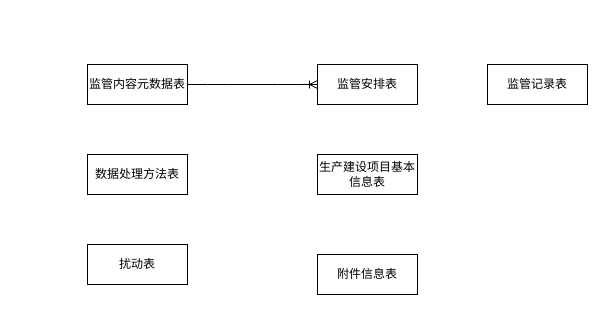
Above: file/stbcer.drawio in DORcode/admin-demo (draw.io), before the change. Source tidied: cells renumbered, new cells numbered last; positions are measured from the earlier drawing's top-left corner, leaving out a move shared by most shapes. Both pictures are drawn from the tidied source at 100%, with x=0, y=0 at pixel (87, 64).
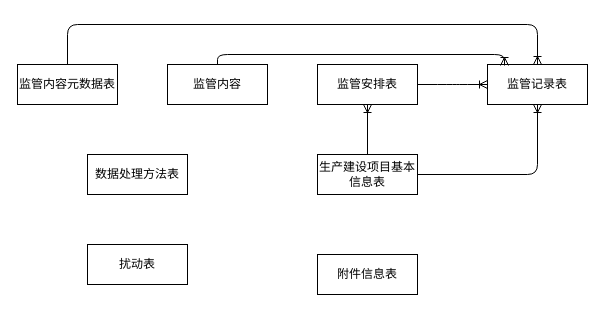
The same diagram, later.

Change to the diagram source:
```diff
@@
 <mxGraphModel>
   <root>
     <mxCell id="0" />
     <mxCell id="1" parent="0" />
     <mxCell id="2" value="监管内容元数据表" style="whiteSpace=wrap;html=1;align=center;" parent="1" vertex="1">
-      <mxGeometry width="100" height="40" as="geometry" />
+      <mxGeometry x="-70" width="100" height="40" as="geometry" />
     </mxCell>
     <mxCell id="3" value="监管安排表" style="whiteSpace=wrap;html=1;align=center;" parent="1" vertex="1">
       <mxGeometry x="230" width="100" height="40" as="geometry" />
     </mxCell>
     <mxCell id="4" value="监管记录表" style="whiteSpace=wrap;html=1;align=center;" parent="1" vertex="1">
       <mxGeometry x="400" width="100" height="40" as="geometry" />
     </mxCell>
     <mxCell id="5" value="数据处理方法表" style="whiteSpace=wrap;html=1;align=center;" parent="1" vertex="1">
       <mxGeometry y="90" width="100" height="40" as="geometry" />
     </mxCell>
-    <mxCell id="6" style="edgeStyle=entityRelationEdgeStyle;fontSize=12;html=1;endArrow=ERoneToMany;exitX=1;exitY=0.5;exitDx=0;exitDy=0;" parent="1" edge="1" source="2" target="3">
-      <mxGeometry relative="1" as="geometry" />
-    </mxCell>
     <mxCell id="7" value="生产建设项目基本信息表" style="whiteSpace=wrap;html=1;align=center;" parent="1" vertex="1">
       <mxGeometry x="230" y="90" width="100" height="40" as="geometry" />
     </mxCell>
     <mxCell id="8" value="扰动表" style="whiteSpace=wrap;html=1;align=center;" parent="1" vertex="1">
       <mxGeometry y="180" width="100" height="40" as="geometry" />
     </mxCell>
     <mxCell id="9" value="附件信息表" style="whiteSpace=wrap;html=1;align=center;" parent="1" vertex="1">
       <mxGeometry x="230" y="190" width="100" height="40" as="geometry" />
     </mxCell>
+    <mxCell id="10" style="fontSize=12;html=1;endArrow=ERoneToMany;exitX=0.5;exitY=0;exitDx=0;exitDy=0;entryX=0.5;entryY=1;entryDx=0;entryDy=0;" parent="1" edge="1" source="7" target="3">
+      <mxGeometry relative="1" as="geometry" />
+    </mxCell>
+    <mxCell id="11" style="edgeStyle=orthogonalEdgeStyle;fontSize=12;html=1;endArrow=ERoneToMany;exitX=1;exitY=0.5;exitDx=0;exitDy=0;entryX=0.5;entryY=1;entryDx=0;entryDy=0;" parent="1" edge="1" source="7" target="4">
+      <mxGeometry relative="1" as="geometry" />
+    </mxCell>
+    <mxCell id="12" style="edgeStyle=orthogonalEdgeStyle;fontSize=12;html=1;endArrow=ERoneToMany;entryX=0.5;entryY=0;entryDx=0;entryDy=0;exitX=0.5;exitY=0;exitDx=0;exitDy=0;" parent="1" edge="1" source="2" target="4">
+      <mxGeometry relative="1" as="geometry">
+        <Array as="points">
+          <mxPoint x="-20" y="-40" />
+          <mxPoint x="450" y="-40" />
+        </Array>
+      </mxGeometry>
+    </mxCell>
+    <mxCell id="13" style="edgeStyle=entityRelationEdgeStyle;fontSize=12;html=1;endArrow=ERoneToMany;exitX=1;exitY=0.5;exitDx=0;exitDy=0;entryX=0;entryY=0.5;entryDx=0;entryDy=0;" parent="1" edge="1" source="3" target="4">
+      <mxGeometry relative="1" as="geometry" />
+    </mxCell>
+    <mxCell id="14" value="监管内容" style="whiteSpace=wrap;html=1;align=center;" parent="1" vertex="1">
+      <mxGeometry x="80" width="100" height="40" as="geometry" />
+    </mxCell>
+    <mxCell id="15" style="edgeStyle=orthogonalEdgeStyle;fontSize=12;html=1;endArrow=ERoneToMany;exitX=0.5;exitY=0;exitDx=0;exitDy=0;entryX=0.17;entryY=0.025;entryDx=0;entryDy=0;entryPerimeter=0;" parent="1" edge="1" source="14" target="4">
+      <mxGeometry relative="1" as="geometry" />
+    </mxCell>
   </root>
 </mxGraphModel>
```
